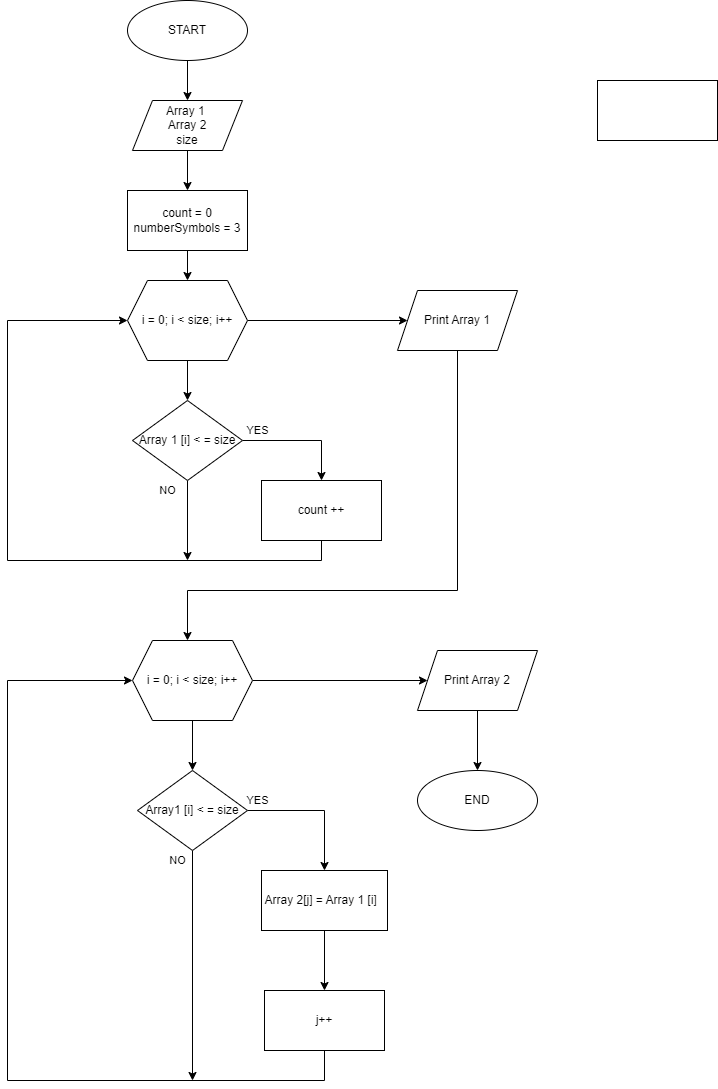
Earlier version of the draw.io export Block diagram of the algorithm.png (DolgorukovaVA/FINAL-TEST-01.03.2023). Source tidied: cells renumbered, new cells last; positions are measured from the earlier drawing's top-left corner, leaving out a move shared by most shapes.
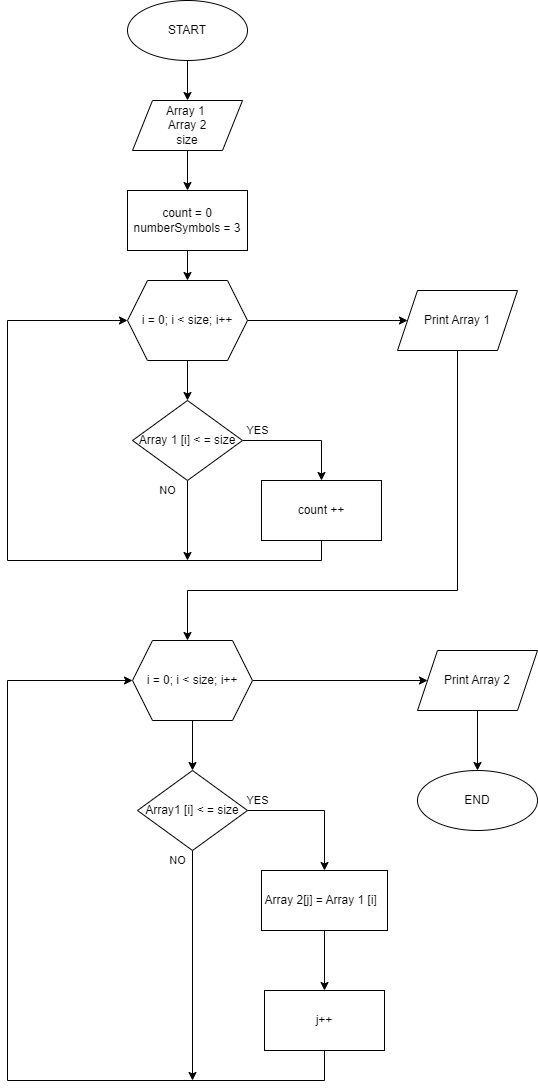
The same file after the commit.

Commit message:
File Block diagram changed

The edit, as a diff of the source:
```diff
@@ -20,9 +20,6 @@
     <mxCell id="7" value="count = 0&lt;br&gt;numberSymbols = 3" style="rounded=0;whiteSpace=wrap;html=1;" parent="1" vertex="1">
       <mxGeometry x="120" y="190" width="120" height="60" as="geometry" />
     </mxCell>
-    <mxCell id="8" style="whiteSpace=wrap;html=1;rounded=0;" parent="1" vertex="1">
-      <mxGeometry x="590" y="80" width="120" height="60" as="geometry" />
-    </mxCell>
     <mxCell id="9" style="edgeStyle=orthogonalEdgeStyle;rounded=0;jettySize=auto;html=1;exitX=0.5;exitY=1;exitDx=0;exitDy=0;entryX=0.5;entryY=0;entryDx=0;entryDy=0;" parent="1" edge="1" source="11" target="14">
       <mxGeometry relative="1" as="geometry" />
     </mxCell>
```
